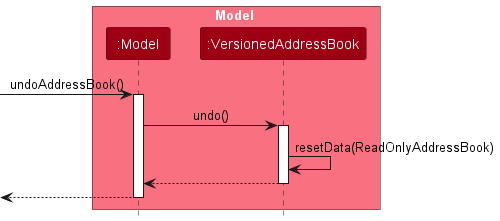
Earlier version of the PlantUML export images/UndoSequenceDiagram-Model.png (AY2526S1-CS2103T-W08-1/tp).
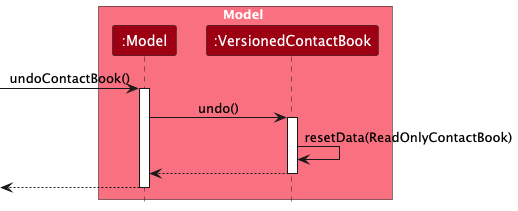
After the change.

Change to the diagram source:
```diff
@@ -4,18 +4,18 @@
 
 box Model MODEL_COLOR_T1
 participant ":Model" as Model MODEL_COLOR
-participant ":VersionedAddressBook" as VersionedAddressBook MODEL_COLOR
+participant ":VersionedContactBook" as VersionedContactBook MODEL_COLOR
 end box
 
-[-> Model : undoAddressBook()
+[-> Model : undoContactBook()
 activate Model
 
-Model -> VersionedAddressBook : undo()
-activate VersionedAddressBook
+Model -> VersionedContactBook : undo()
+activate VersionedContactBook
 
-VersionedAddressBook -> VersionedAddressBook :resetData(ReadOnlyAddressBook)
-VersionedAddressBook --> Model :
-deactivate VersionedAddressBook
+VersionedContactBook -> VersionedContactBook :resetData(ReadOnlyContactBook)
+VersionedContactBook --> Model :
+deactivate VersionedContactBook
 
 [<-- Model
 deactivate Model
```
